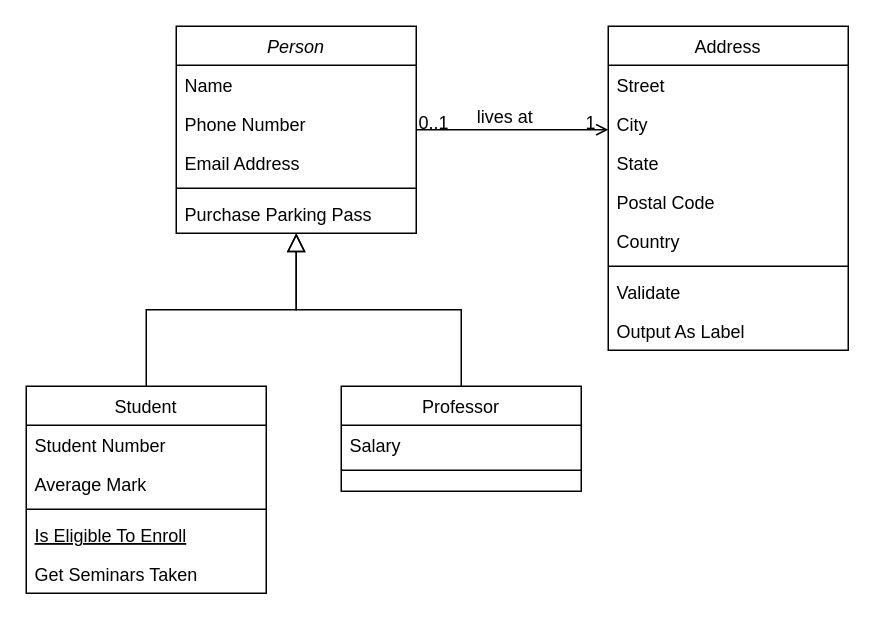
Earlier version of the draw.io diagram Untitled Diagram.drawio (hamza-saaf/Brief_7_Gestion_Club_de_Jeux_Vid-o). Source tidied: cells renumbered, new cells numbered last; positions are measured from the earlier drawing's top-left corner, leaving out a move shared by most shapes. Both pictures are drawn from the tidied source at 150%, with x=0, y=0 at pixel (26, 26).
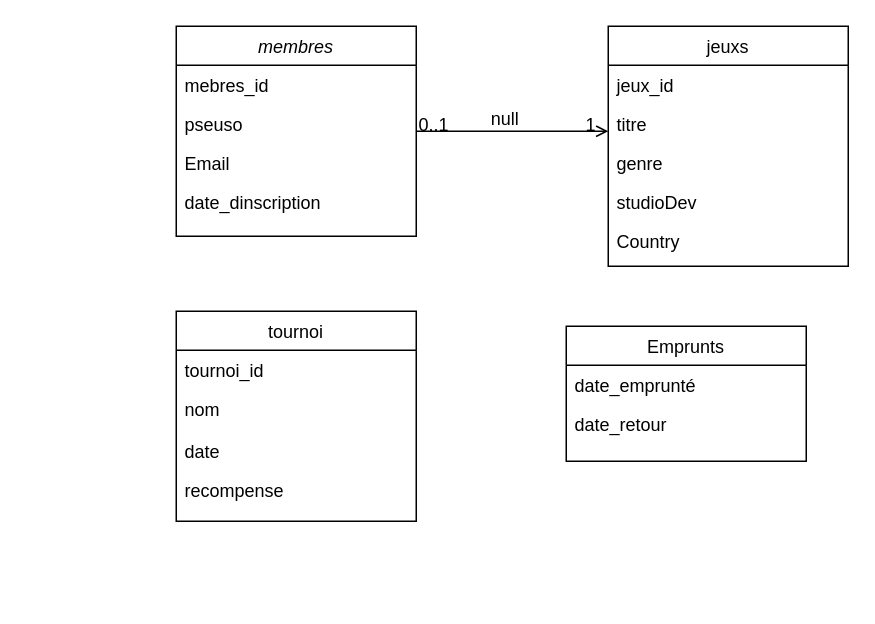
After the change.

Commit message:
MCD de Projet Brief_7_Gestion_Club_de_Jeux_Video.drawio

The change refers to these unchanged cells:
```xml
<mxCell id="28" style="endArrow=open;shadow=0;strokeWidth=1;rounded=0;curved=0;endFill=1;edgeStyle=elbowEdgeStyle;elbow=vertical;" parent="1" edge="1" source="2" target="19">
  <mxGeometry x="0.5" y="41" relative="1" as="geometry">
    <mxPoint x="-40" y="32" as="offset" />
  </mxGeometry>
</mxCell>
```

What changed in the source:
```diff
@@
-    <mxCell id="2" value="Person" style="swimlane;fontStyle=2;align=center;verticalAlign=top;horizontal=1;startSize=26;rounded=0;shadow=0;strokeWidth=1;" parent="1" vertex="1">
-      <mxGeometry x="100" width="160" height="138" as="geometry" />
+    <mxCell id="2" value="membres" style="swimlane;fontStyle=2;align=center;verticalAlign=top;horizontal=1;startSize=26;rounded=0;shadow=0;strokeWidth=1;" parent="1" vertex="1">
+      <mxGeometry x="100" width="160" height="140" as="geometry" />
     </mxCell>
-    <mxCell id="3" value="Name" style="text;align=left;verticalAlign=top;spacingLeft=4;spacingRight=4;overflow=hidden;" parent="2" vertex="1">
+    <mxCell id="3" value="mebres_id&#10;" style="text;align=left;verticalAlign=top;spacingLeft=4;spacingRight=4;overflow=hidden;" parent="2" vertex="1">
       <mxGeometry y="26" width="160" height="26" as="geometry" />
     </mxCell>
-    <mxCell id="4" value="Phone Number" style="text;align=left;verticalAlign=top;spacingLeft=4;spacingRight=4;overflow=hidden;rounded=0;shadow=0;html=0;" parent="2" vertex="1">
+    <mxCell id="4" value="pseuso" style="text;align=left;verticalAlign=top;spacingLeft=4;spacingRight=4;overflow=hidden;rounded=0;shadow=0;html=0;" parent="2" vertex="1">
       <mxGeometry y="52" width="160" height="26" as="geometry" />
     </mxCell>
-    <mxCell id="5" value="Email Address" style="text;align=left;verticalAlign=top;spacingLeft=4;spacingRight=4;overflow=hidden;rounded=0;shadow=0;html=0;" parent="2" vertex="1">
+    <mxCell id="5" value="Email" style="text;align=left;verticalAlign=top;spacingLeft=4;spacingRight=4;overflow=hidden;rounded=0;shadow=0;html=0;" parent="2" vertex="1">
       <mxGeometry y="78" width="160" height="26" as="geometry" />
     </mxCell>
-    <mxCell id="6" style="line;html=1;strokeWidth=1;align=left;verticalAlign=middle;spacingTop=-1;spacingLeft=3;spacingRight=3;labelPosition=right;" parent="2" vertex="1">
-      <mxGeometry y="104" width="160" height="8" as="geometry" />
-    </mxCell>
-    <mxCell id="7" value="Purchase Parking Pass" style="text;align=left;verticalAlign=top;spacingLeft=4;spacingRight=4;overflow=hidden;" parent="2" vertex="1">
-      <mxGeometry y="112" width="160" height="26" as="geometry" />
-    </mxCell>
+    <mxCell id="32" value="date_dinscription" style="text;align=left;verticalAlign=top;spacingLeft=4;spacingRight=4;overflow=hidden;rounded=0;shadow=0;html=0;" parent="2" vertex="1">
+      <mxGeometry y="104" width="160" height="24" as="geometry" />
+    </mxCell>
-    <mxCell id="8" value="Student" style="swimlane;fontStyle=0;align=center;verticalAlign=top;horizontal=1;startSize=26;rounded=0;shadow=0;strokeWidth=1;" parent="1" vertex="1">
-      <mxGeometry y="240" width="160" height="138" as="geometry" />
+    <mxCell id="8" value="tournoi" style="swimlane;fontStyle=0;align=center;verticalAlign=top;horizontal=1;startSize=26;rounded=0;shadow=0;strokeWidth=1;" parent="1" vertex="1">
+      <mxGeometry x="100" y="190" width="160" height="140" as="geometry" />
     </mxCell>
-    <mxCell id="9" value="Student Number" style="text;align=left;verticalAlign=top;spacingLeft=4;spacingRight=4;overflow=hidden;" parent="8" vertex="1">
+    <mxCell id="9" value="tournoi_id" style="text;align=left;verticalAlign=top;spacingLeft=4;spacingRight=4;overflow=hidden;" parent="8" vertex="1">
       <mxGeometry y="26" width="160" height="26" as="geometry" />
     </mxCell>
-    <mxCell id="10" value="Average Mark" style="text;align=left;verticalAlign=top;spacingLeft=4;spacingRight=4;overflow=hidden;rounded=0;shadow=0;html=0;" parent="8" vertex="1">
-      <mxGeometry y="52" width="160" height="26" as="geometry" />
+    <mxCell id="10" value="nom" style="text;align=left;verticalAlign=top;spacingLeft=4;spacingRight=4;overflow=hidden;rounded=0;shadow=0;html=0;" parent="8" vertex="1">
+      <mxGeometry y="52" width="160" height="28" as="geometry" />
     </mxCell>
-    <mxCell id="11" style="line;html=1;strokeWidth=1;align=left;verticalAlign=middle;spacingTop=-1;spacingLeft=3;spacingRight=3;labelPosition=right;" parent="8" vertex="1">
-      <mxGeometry y="78" width="160" height="8" as="geometry" />
-    </mxCell>
-    <mxCell id="12" value="Is Eligible To Enroll" style="text;align=left;verticalAlign=top;spacingLeft=4;spacingRight=4;overflow=hidden;fontStyle=4;" parent="8" vertex="1">
-      <mxGeometry y="86" width="160" height="26" as="geometry" />
+    <mxCell id="12" value="date" style="text;align=left;verticalAlign=top;spacingLeft=4;spacingRight=4;overflow=hidden;fontStyle=0;strokeColor=none;" parent="8" vertex="1">
+      <mxGeometry y="80" width="160" height="26" as="geometry" />
     </mxCell>
-    <mxCell id="13" value="Get Seminars Taken" style="text;align=left;verticalAlign=top;spacingLeft=4;spacingRight=4;overflow=hidden;" parent="8" vertex="1">
-      <mxGeometry y="112" width="160" height="26" as="geometry" />
+    <mxCell id="13" value="recompense" style="text;align=left;verticalAlign=top;spacingLeft=4;spacingRight=4;overflow=hidden;" parent="8" vertex="1">
+      <mxGeometry y="106" width="160" height="26" as="geometry" />
     </mxCell>
-    <mxCell id="14" style="endArrow=block;endSize=10;endFill=0;shadow=0;strokeWidth=1;rounded=0;curved=0;edgeStyle=elbowEdgeStyle;elbow=vertical;" parent="1" edge="1" source="8" target="2">
-      <mxGeometry relative="1" as="geometry" />
-    </mxCell>
-    <mxCell id="15" value="Professor" style="swimlane;fontStyle=0;align=center;verticalAlign=top;horizontal=1;startSize=26;rounded=0;shadow=0;strokeWidth=1;" parent="1" vertex="1">
-      <mxGeometry x="210" y="240" width="160" height="70" as="geometry" />
-    </mxCell>
-    <mxCell id="16" value="Salary" style="text;align=left;verticalAlign=top;spacingLeft=4;spacingRight=4;overflow=hidden;" parent="15" vertex="1">
-      <mxGeometry y="26" width="160" height="26" as="geometry" />
-    </mxCell>
-    <mxCell id="17" style="line;html=1;strokeWidth=1;align=left;verticalAlign=middle;spacingTop=-1;spacingLeft=3;spacingRight=3;labelPosition=right;" parent="15" vertex="1">
-      <mxGeometry y="52" width="160" height="8" as="geometry" />
-    </mxCell>
-    <mxCell id="18" style="endArrow=block;endSize=10;endFill=0;shadow=0;strokeWidth=1;rounded=0;curved=0;edgeStyle=elbowEdgeStyle;elbow=vertical;" parent="1" edge="1" source="15" target="2">
-      <mxGeometry relative="1" as="geometry" />
-    </mxCell>
-    <mxCell id="19" value="Address" style="swimlane;fontStyle=0;align=center;verticalAlign=top;horizontal=1;startSize=26;rounded=0;shadow=0;strokeWidth=1;" parent="1" vertex="1">
-      <mxGeometry x="388" width="160" height="216" as="geometry" />
+    <mxCell id="19" value="jeuxs" style="swimlane;fontStyle=0;align=center;verticalAlign=top;horizontal=1;startSize=26;rounded=0;shadow=0;strokeWidth=1;" parent="1" vertex="1">
+      <mxGeometry x="388" width="160" height="160" as="geometry" />
     </mxCell>
-    <mxCell id="20" value="Street" style="text;align=left;verticalAlign=top;spacingLeft=4;spacingRight=4;overflow=hidden;" parent="19" vertex="1">
+    <mxCell id="20" value="jeux_id" style="text;align=left;verticalAlign=top;spacingLeft=4;spacingRight=4;overflow=hidden;" parent="19" vertex="1">
       <mxGeometry y="26" width="160" height="26" as="geometry" />
     </mxCell>
-    <mxCell id="21" value="City" style="text;align=left;verticalAlign=top;spacingLeft=4;spacingRight=4;overflow=hidden;rounded=0;shadow=0;html=0;" parent="19" vertex="1">
+    <mxCell id="21" value="titre" style="text;align=left;verticalAlign=top;spacingLeft=4;spacingRight=4;overflow=hidden;rounded=0;shadow=0;html=0;" parent="19" vertex="1">
       <mxGeometry y="52" width="160" height="26" as="geometry" />
     </mxCell>
-    <mxCell id="22" value="State" style="text;align=left;verticalAlign=top;spacingLeft=4;spacingRight=4;overflow=hidden;rounded=0;shadow=0;html=0;" parent="19" vertex="1">
+    <mxCell id="22" value="genre" style="text;align=left;verticalAlign=top;spacingLeft=4;spacingRight=4;overflow=hidden;rounded=0;shadow=0;html=0;" parent="19" vertex="1">
       <mxGeometry y="78" width="160" height="26" as="geometry" />
     </mxCell>
-    <mxCell id="23" value="Postal Code" style="text;align=left;verticalAlign=top;spacingLeft=4;spacingRight=4;overflow=hidden;rounded=0;shadow=0;html=0;" parent="19" vertex="1">
+    <mxCell id="23" value="studioDev" style="text;align=left;verticalAlign=top;spacingLeft=4;spacingRight=4;overflow=hidden;rounded=0;shadow=0;html=0;" parent="19" vertex="1">
       <mxGeometry y="104" width="160" height="26" as="geometry" />
     </mxCell>
@@
-    <mxCell id="25" style="line;html=1;strokeWidth=1;align=left;verticalAlign=middle;spacingTop=-1;spacingLeft=3;spacingRight=3;labelPosition=right;" parent="19" vertex="1">
-      <mxGeometry y="156" width="160" height="8" as="geometry" />
-    </mxCell>
-    <mxCell id="26" value="Validate" style="text;align=left;verticalAlign=top;spacingLeft=4;spacingRight=4;overflow=hidden;" parent="19" vertex="1">
-      <mxGeometry y="164" width="160" height="26" as="geometry" />
-    </mxCell>
-    <mxCell id="27" value="Output As Label" style="text;align=left;verticalAlign=top;spacingLeft=4;spacingRight=4;overflow=hidden;" parent="19" vertex="1">
-      <mxGeometry y="190" width="160" height="26" as="geometry" />
-    </mxCell>
@@
-    <mxCell id="31" value="lives at" style="text;html=1;align=center;verticalAlign=middle;labelBackgroundColor=none;rounded=0;shadow=0;strokeWidth=1;fontSize=12;" parent="28" vertex="1">
+    <mxCell id="31" value="null" style="text;html=1;align=center;verticalAlign=middle;labelBackgroundColor=none;rounded=0;shadow=0;strokeWidth=1;fontSize=12;" parent="28" vertex="1">
       <mxGeometry x="0.5" y="49" relative="1" as="geometry">
         <mxPoint x="-38" y="40" as="offset" />
       </mxGeometry>
     </mxCell>
+    <mxCell id="33" value="Emprunts" style="swimlane;fontStyle=0;align=center;verticalAlign=top;horizontal=1;startSize=26;rounded=0;shadow=0;strokeWidth=1;" parent="1" vertex="1">
+      <mxGeometry x="360" y="200" width="160" height="90" as="geometry" />
+    </mxCell>
+    <mxCell id="34" value="date_emprunté " style="text;align=left;verticalAlign=top;spacingLeft=4;spacingRight=4;overflow=hidden;" parent="33" vertex="1">
+      <mxGeometry y="26" width="160" height="26" as="geometry" />
+    </mxCell>
+    <mxCell id="35" value="date_retour" style="text;align=left;verticalAlign=top;spacingLeft=4;spacingRight=4;overflow=hidden;rounded=0;shadow=0;html=0;" parent="33" vertex="1">
+      <mxGeometry y="52" width="160" height="28" as="geometry" />
+    </mxCell>
```
